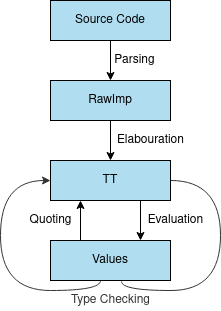
The draw.io diagram FinalReport/Resource/main.png in Ablach/tiny-idris-program-synthesis, before a commit. Source tidied: cells renumbered, new cells last; positions are measured from the earlier drawing's top-left corner, leaving out a move shared by most shapes. Source of this version:
```xml
<mxGraphModel>
  <root>
    <mxCell id="0" />
    <mxCell id="1" parent="0" />
    <mxCell id="2" style="edgeStyle=orthogonalEdgeStyle;rounded=0;jettySize=auto;html=1;entryX=0.5;entryY=0;entryDx=0;entryDy=0;" parent="1" edge="1" source="3" target="5">
      <mxGeometry relative="1" as="geometry" />
    </mxCell>
    <mxCell id="3" value="Source Code" style="rounded=0;whiteSpace=wrap;html=1;fillColor=#b1ddf0;" parent="1" vertex="1">
      <mxGeometry x="50" width="120" height="40" as="geometry" />
    </mxCell>
    <mxCell id="4" style="edgeStyle=orthogonalEdgeStyle;rounded=0;jettySize=auto;html=1;entryX=0.5;entryY=0;entryDx=0;entryDy=0;" parent="1" edge="1" source="5" target="9">
      <mxGeometry relative="1" as="geometry" />
    </mxCell>
    <mxCell id="5" value="RawImp" style="rounded=0;whiteSpace=wrap;html=1;fillColor=#b1ddf0;" parent="1" vertex="1">
      <mxGeometry x="50" y="80" width="120" height="40" as="geometry" />
    </mxCell>
    <mxCell id="6" style="edgeStyle=orthogonalEdgeStyle;rounded=0;jettySize=auto;html=1;curved=1;entryX=0.592;entryY=1.025;entryDx=0;entryDy=0;endArrow=none;endFill=0;fillColor=#bac8d3;fontColor=#333333;strokeColor=#333333;entryPerimeter=0;" parent="1" edge="1" source="9" target="11">
      <mxGeometry relative="1" as="geometry">
        <Array as="points">
          <mxPoint x="220" y="180" />
          <mxPoint x="220" y="290" />
          <mxPoint x="121" y="290" />
        </Array>
      </mxGeometry>
    </mxCell>
    <mxCell id="7" style="edgeStyle=none;rounded=0;jettySize=auto;html=1;exitX=0.75;exitY=1;exitDx=0;exitDy=0;entryX=0.75;entryY=0;entryDx=0;entryDy=0;endArrow=classic;endFill=1;fontColor=#000000;" parent="1" edge="1" source="9" target="11">
      <mxGeometry relative="1" as="geometry" />
    </mxCell>
    <mxCell id="8" style="edgeStyle=none;rounded=0;jettySize=auto;html=1;exitX=0.25;exitY=1;exitDx=0;exitDy=0;entryX=0.25;entryY=0;entryDx=0;entryDy=0;endArrow=none;endFill=0;fontColor=#000000;startArrow=classic;startFill=1;" parent="1" edge="1" source="9" target="11">
      <mxGeometry relative="1" as="geometry" />
    </mxCell>
    <mxCell id="9" value="&lt;div&gt;TT&lt;/div&gt;" style="whiteSpace=wrap;html=1;fillColor=#b1ddf0;" parent="1" vertex="1">
      <mxGeometry x="50" y="160" width="120" height="40" as="geometry" />
    </mxCell>
    <mxCell id="10" style="edgeStyle=orthogonalEdgeStyle;curved=1;rounded=0;jettySize=auto;html=1;entryX=0;entryY=0.5;entryDx=0;entryDy=0;endArrow=classic;endFill=1;fillColor=#bac8d3;fontColor=#333333;strokeColor=#333333;exitX=0.417;exitY=1;exitDx=0;exitDy=0;exitPerimeter=0;" parent="1" edge="1" source="11" target="9">
      <mxGeometry relative="1" as="geometry">
        <Array as="points">
          <mxPoint x="100" y="290" />
          <mxPoint y="290" />
          <mxPoint y="180" />
        </Array>
      </mxGeometry>
    </mxCell>
    <mxCell id="11" value="&lt;div&gt;Values&lt;/div&gt;" style="whiteSpace=wrap;html=1;fillColor=#b1ddf0;" parent="1" vertex="1">
      <mxGeometry x="50" y="240" width="120" height="40" as="geometry" />
    </mxCell>
    <mxCell id="12" value="Parsing" style="text;html=1;align=center;verticalAlign=middle;" parent="1" vertex="1">
      <mxGeometry x="104" y="50" width="60" height="20" as="geometry" />
    </mxCell>
    <mxCell id="13" value="Elabouration" style="text;html=1;align=center;verticalAlign=middle;" parent="1" vertex="1">
      <mxGeometry x="110" y="130" width="80" height="20" as="geometry" />
    </mxCell>
    <mxCell id="14" value="Evaluation" style="text;html=1;align=center;verticalAlign=middle;" parent="1" vertex="1">
      <mxGeometry x="140" y="210" width="70" height="20" as="geometry" />
    </mxCell>
    <mxCell id="15" value="Type Checking" style="text;html=1;align=center;verticalAlign=middle;fontColor=#333333;" parent="1" vertex="1">
      <mxGeometry x="65" y="290" width="90" height="20" as="geometry" />
    </mxCell>
    <mxCell id="16" value="Quoting" style="text;html=1;align=center;verticalAlign=middle;" parent="1" vertex="1">
      <mxGeometry x="20" y="210" width="60" height="20" as="geometry" />
    </mxCell>
  </root>
</mxGraphModel>
```
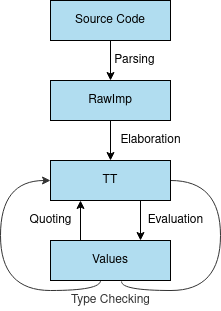
After the change.

Diff of the diagram source:
```diff
@@ -47,7 +47,7 @@
     <mxCell id="12" value="Parsing" style="text;html=1;align=center;verticalAlign=middle;" parent="1" vertex="1">
       <mxGeometry x="104" y="50" width="60" height="20" as="geometry" />
     </mxCell>
-    <mxCell id="13" value="Elabouration" style="text;html=1;align=center;verticalAlign=middle;" parent="1" vertex="1">
+    <mxCell id="13" value="Elaboration" style="text;html=1;align=center;verticalAlign=middle;" parent="1" vertex="1">
       <mxGeometry x="110" y="130" width="80" height="20" as="geometry" />
     </mxCell>
     <mxCell id="14" value="Evaluation" style="text;html=1;align=center;verticalAlign=middle;" parent="1" vertex="1">
```
